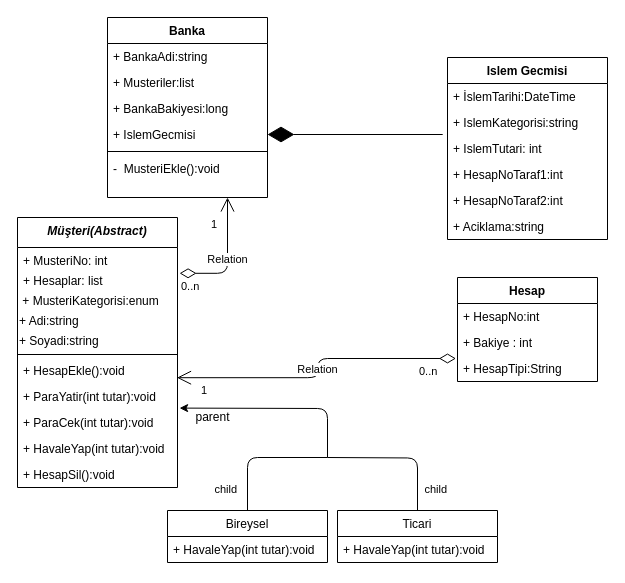
The draw.io diagram BankaOtomasyonu_UML_Class.drawio in zbzlr/Bank-Automation, before the edit. Source tidied: cells renumbered, new cells numbered last; positions are measured from the earlier drawing's top-left corner, leaving out a move shared by most shapes. Both pictures are drawn from the tidied source at 100%, with x=0, y=0 at pixel (17, 17).
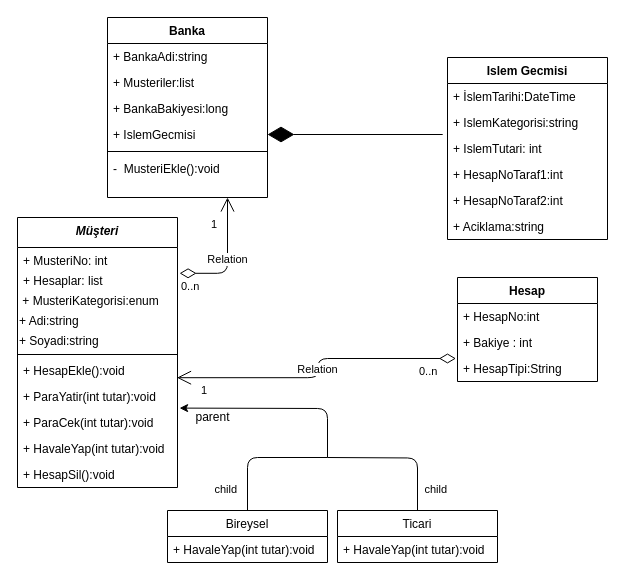
After the change.

Diff of the diagram source:
```diff
@@
-    <mxCell id="2" value="Müşteri(Abstract)" style="swimlane;fontStyle=3;align=center;verticalAlign=top;horizontal=1;startSize=30;rounded=0;shadow=0;strokeWidth=1;" parent="1" vertex="1">
+    <mxCell id="2" value="Müşteri&#10;" style="swimlane;fontStyle=3;align=center;verticalAlign=top;horizontal=1;startSize=30;rounded=0;shadow=0;strokeWidth=1;" parent="1" vertex="1">
       <mxGeometry y="200" width="160" height="270" as="geometry" />
     </mxCell>
```
